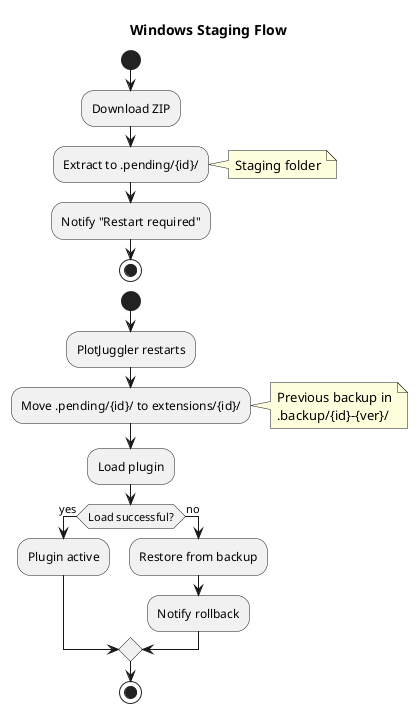
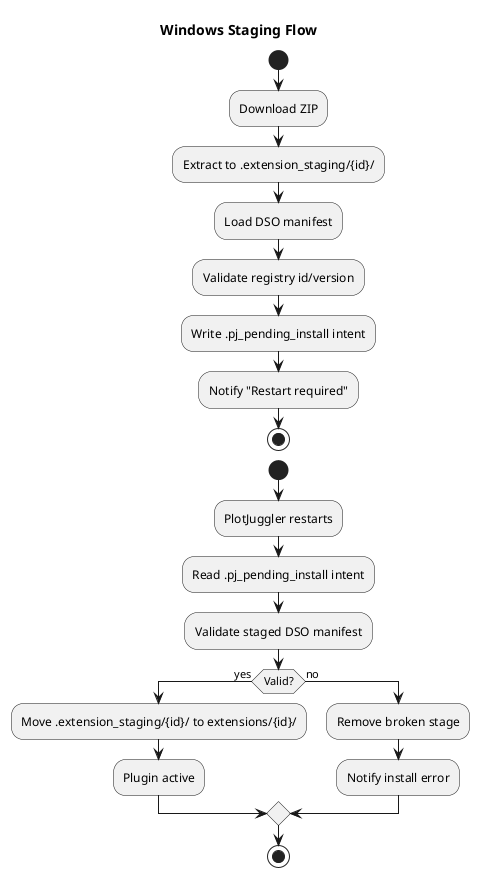
@startuml
skinparam backgroundColor white

title Windows Staging Flow

start
:Download ZIP;
- :Extract to .pending/{id}/;
- note right: Staging folder
+ :Extract to .extension_staging/{id}/;
+ :Load DSO manifest;
+ :Validate registry id/version;
+ :Write .pj_pending_install intent;
:Notify "Restart required";
stop

start
:PlotJuggler restarts;
- :Move .pending/{id}/ to extensions/{id}/;
- note right: Previous backup in\n.backup/{id}-{ver}/
- :Load plugin;
- if (Load successful?) then (yes)
+ :Read .pj_pending_install intent;
+ :Validate staged DSO manifest;
+ if (Valid?) then (yes)
+ :Move .extension_staging/{id}/ to extensions/{id}/;
  :Plugin active;
else (no)
-   :Restore from backup;
-   :Notify rollback;
+   :Remove broken stage;
+   :Notify install error;
endif
stop
@enduml
